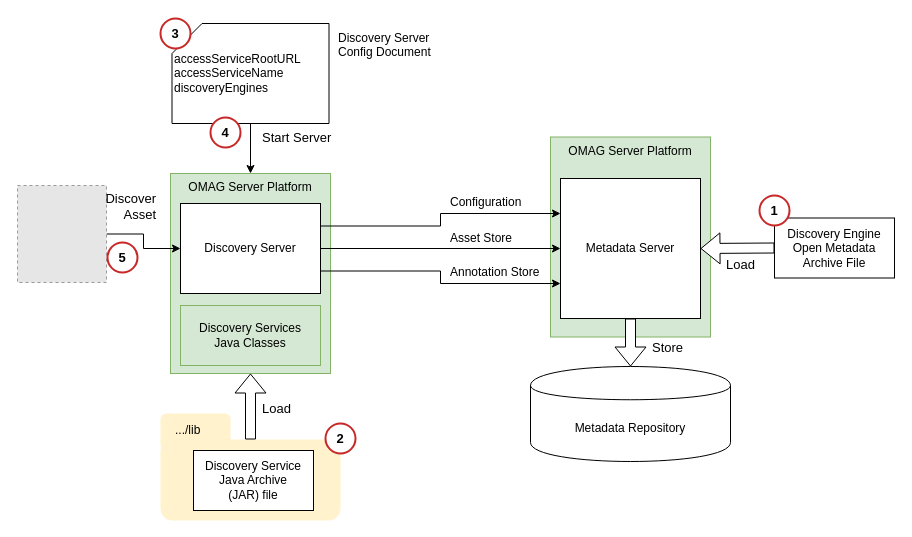
Above: page "discovery-server-configuration" (2 of 4) of open-metadata-implementation/governance-servers/discovery-engine-services/docs/open-discovery.drawio in planetf1/egeria (draw.io), before the change. Source tidied: cells renumbered, new cells numbered last; positions are measured from the earlier drawing's top-left corner, leaving out a move shared by most shapes. Both pictures are drawn from the tidied source at 100%, with x=0, y=0 at pixel (17, 18). Pictures stored in the file or linked from it are replaced by grey dashed boxes.
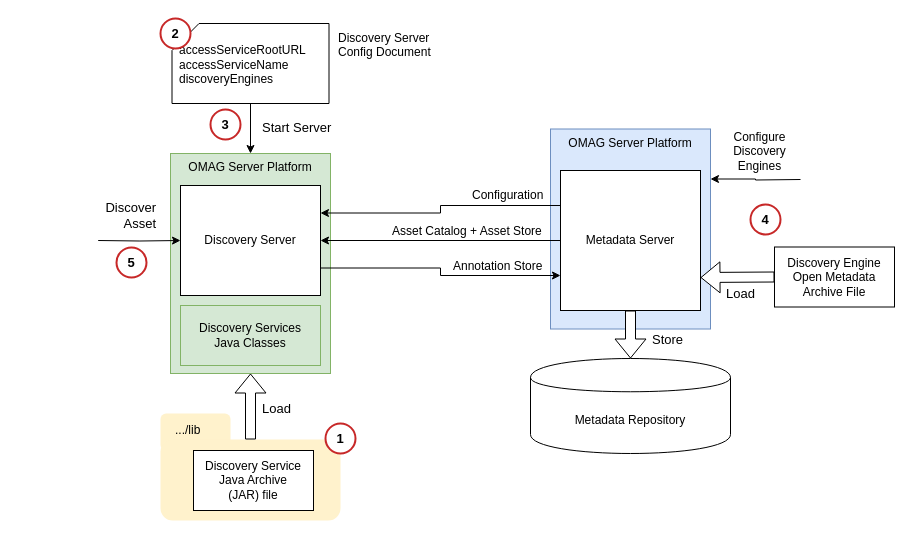
After the change.

Change to the diagram source:
```diff
@@
     <mxCell id="2" value="OMAG Server Platform" style="rounded=0;whiteSpace=wrap;html=1;align=center;verticalAlign=top;fillColor=#d5e8d4;strokeColor=#82b366;" parent="1" vertex="1">
-      <mxGeometry x="153" y="155" width="160" height="200" as="geometry" />
+      <mxGeometry x="153" y="135" width="160" height="220" as="geometry" />
     </mxCell>
@@
     <mxCell id="5" value="Discovery Server" style="rounded=0;whiteSpace=wrap;html=1;align=center;verticalAlign=middle;" parent="1" vertex="1">
-      <mxGeometry x="163" y="185" width="140" height="90" as="geometry" />
+      <mxGeometry x="163" y="167" width="140" height="110" as="geometry" />
     </mxCell>
@@
-    <mxCell id="10" value="OMAG Server Platform" style="rounded=0;whiteSpace=wrap;html=1;align=center;verticalAlign=top;fillColor=#d5e8d4;strokeColor=#82b366;" parent="1" vertex="1">
-      <mxGeometry x="533" y="118.5" width="160" height="200" as="geometry" />
+    <mxCell id="10" value="OMAG Server Platform" style="rounded=0;whiteSpace=wrap;html=1;align=center;verticalAlign=top;fillColor=#dae8fc;strokeColor=#6c8ebf;" parent="1" vertex="1">
+      <mxGeometry x="533" y="110.5" width="160" height="200" as="geometry" />
     </mxCell>
     <mxCell id="11" value="Metadata Server" style="rounded=0;whiteSpace=wrap;html=1;align=center;verticalAlign=middle;" parent="1" vertex="1">
-      <mxGeometry x="543" y="160" width="140" height="140" as="geometry" />
+      <mxGeometry x="543" y="152" width="140" height="140" as="geometry" />
     </mxCell>
     <mxCell id="12" value="Metadata Repository" style="shape=cylinder;whiteSpace=wrap;html=1;boundedLbl=1;backgroundOutline=1;align=center;" parent="1" vertex="1">
-      <mxGeometry x="513" y="348" width="200" height="95" as="geometry" />
+      <mxGeometry x="513" y="340" width="200" height="95" as="geometry" />
     </mxCell>
     <mxCell id="13" value="Discovery Engine Open Metadata&lt;br&gt;Archive File" style="rounded=0;whiteSpace=wrap;html=1;" parent="1" vertex="1">
-      <mxGeometry x="757" y="199.5" width="120" height="60" as="geometry" />
+      <mxGeometry x="757" y="228.5" width="120" height="60" as="geometry" />
     </mxCell>
-    <mxCell id="14" style="edgeStyle=orthogonalEdgeStyle;rounded=0;jettySize=auto;html=1;exitX=0.5;exitY=1;exitDx=0;exitDy=0;exitPerimeter=0;entryX=0.5;entryY=0;entryDx=0;entryDy=0;fillColor=#ffffff;fontSize=13;" parent="1" edge="1" source="15" target="2">
+    <mxCell id="14" style="edgeStyle=orthogonalEdgeStyle;rounded=0;jettySize=auto;html=1;entryX=0.5;entryY=0;entryDx=0;entryDy=0;fillColor=#ffffff;fontSize=13;exitX=0.5;exitY=1;exitDx=0;exitDy=0;exitPerimeter=0;" parent="1" edge="1" source="15" target="2">
       <mxGeometry relative="1" as="geometry" />
     </mxCell>
-    <mxCell id="15" value="accessServiceRootURL&lt;br&gt;accessServiceName&lt;br&gt;discoveryEngines" style="shape=card;whiteSpace=wrap;html=1;align=left;" parent="1" vertex="1">
-      <mxGeometry x="154.5" y="5" width="157" height="100" as="geometry" />
+    <mxCell id="15" value="accessServiceRootURL&lt;br&gt;accessServiceName&lt;br&gt;discoveryEngines&lt;br&gt;&amp;nbsp;" style="shape=card;whiteSpace=wrap;html=1;align=left;verticalAlign=bottom;perimeterSpacing=0;size=27;spacingLeft=5;" parent="1" vertex="1">
+      <mxGeometry x="154.5" y="5" width="157" height="80" as="geometry" />
     </mxCell>
@@
-    <mxCell id="17" style="shape=flexArrow;endArrow=classic;html=1;exitX=0;exitY=0.5;exitDx=0;exitDy=0;entryX=1;entryY=0.5;entryDx=0;entryDy=0;fillColor=#ffffff;" parent="1" edge="1" source="13" target="11">
-      <mxGeometry relative="1" as="geometry" />
+    <mxCell id="17" style="shape=flexArrow;endArrow=classic;html=1;exitX=0;exitY=0.5;exitDx=0;exitDy=0;entryX=1;entryY=0.5;entryDx=0;entryDy=0;fillColor=#ffffff;" parent="1" edge="1" source="13">
+      <mxGeometry relative="1" as="geometry">
+        <mxPoint x="683" y="259" as="targetPoint" />
+      </mxGeometry>
     </mxCell>
@@
-    <mxCell id="19" style="edgeStyle=orthogonalEdgeStyle;rounded=0;jettySize=auto;html=1;exitX=1;exitY=0.25;exitDx=0;exitDy=0;entryX=0;entryY=0.25;entryDx=0;entryDy=0;fillColor=#ffffff;" parent="1" edge="1" source="5" target="11">
+    <mxCell id="19" style="edgeStyle=orthogonalEdgeStyle;rounded=0;jettySize=auto;html=1;exitX=1;exitY=0.25;exitDx=0;exitDy=0;entryX=0;entryY=0.25;entryDx=0;entryDy=0;fillColor=#ffffff;endArrow=none;endFill=0;startArrow=classic;startFill=1;" parent="1" edge="1" source="5" target="11">
       <mxGeometry relative="1" as="geometry" />
     </mxCell>
-    <mxCell id="20" style="edgeStyle=orthogonalEdgeStyle;rounded=0;jettySize=auto;html=1;exitX=1;exitY=0.5;exitDx=0;exitDy=0;entryX=0;entryY=0.5;entryDx=0;entryDy=0;fillColor=#ffffff;" parent="1" edge="1" source="5" target="11">
+    <mxCell id="20" style="edgeStyle=orthogonalEdgeStyle;rounded=0;jettySize=auto;html=1;exitX=1;exitY=0.5;exitDx=0;exitDy=0;entryX=0;entryY=0.5;entryDx=0;entryDy=0;fillColor=#ffffff;startArrow=classic;startFill=1;endArrow=none;endFill=0;" parent="1" edge="1" source="5" target="11">
       <mxGeometry relative="1" as="geometry" />
     </mxCell>
@@
     <mxCell id="22" value="Configuration" style="text;html=1;align=left;verticalAlign=top;spacingTop=-4;" parent="1" vertex="1">
-      <mxGeometry x="431" y="174" width="90" height="20" as="geometry" />
+      <mxGeometry x="453" y="167" width="90" height="20" as="geometry" />
     </mxCell>
-    <mxCell id="23" value="Asset Store" style="text;html=1;align=left;verticalAlign=top;spacingTop=-4;" parent="1" vertex="1">
-      <mxGeometry x="431" y="210" width="80" height="20" as="geometry" />
+    <mxCell id="23" value="Asset Catalog + Asset Store" style="text;html=1;align=left;verticalAlign=top;spacingTop=-4;" parent="1" vertex="1">
+      <mxGeometry x="373" y="202.5" width="170" height="20" as="geometry" />
     </mxCell>
     <mxCell id="24" value="Annotation Store" style="text;html=1;align=left;verticalAlign=top;spacingTop=-4;" parent="1" vertex="1">
-      <mxGeometry x="431" y="244" width="100" height="20" as="geometry" />
+      <mxGeometry x="434" y="238" width="100" height="20" as="geometry" />
     </mxCell>
-    <mxCell id="25" value="1" style="ellipse;whiteSpace=wrap;html=1;align=center;strokeColor=#C72828;strokeWidth=2;fontStyle=1;fontSize=13;" parent="1" vertex="1">
-      <mxGeometry x="742" y="177" width="30" height="30" as="geometry" />
+    <mxCell id="25" value="4" style="ellipse;whiteSpace=wrap;html=1;align=center;strokeColor=#C72828;strokeWidth=2;fontStyle=1;fontSize=13;" parent="1" vertex="1">
+      <mxGeometry x="733" y="186" width="30" height="30" as="geometry" />
     </mxCell>
-    <mxCell id="26" value="2" style="ellipse;whiteSpace=wrap;html=1;align=center;strokeColor=#C72828;strokeWidth=2;fontStyle=1;fontSize=13;" parent="1" vertex="1">
+    <mxCell id="26" value="1" style="ellipse;whiteSpace=wrap;html=1;align=center;strokeColor=#C72828;strokeWidth=2;fontStyle=1;fontSize=13;" parent="1" vertex="1">
       <mxGeometry x="308" y="405" width="30" height="30" as="geometry" />
     </mxCell>
-    <mxCell id="27" value="3" style="ellipse;whiteSpace=wrap;html=1;align=center;strokeColor=#C72828;strokeWidth=2;fontStyle=1;fontSize=13;" parent="1" vertex="1">
+    <mxCell id="27" value="2" style="ellipse;whiteSpace=wrap;html=1;align=center;strokeColor=#C72828;strokeWidth=2;fontStyle=1;fontSize=13;" parent="1" vertex="1">
       <mxGeometry x="143" width="30" height="30" as="geometry" />
     </mxCell>
     <mxCell id="28" value="Load" style="text;html=1;align=left;verticalAlign=top;spacingTop=-4;fontSize=13;" parent="1" vertex="1">
-      <mxGeometry x="707" y="236" width="40" height="20" as="geometry" />
+      <mxGeometry x="707" y="265" width="40" height="20" as="geometry" />
     </mxCell>
     <mxCell id="29" value="Store" style="text;html=1;align=left;verticalAlign=top;spacingTop=-4;fontSize=13;" parent="1" vertex="1">
-      <mxGeometry x="633" y="318.5" width="50" height="20" as="geometry" />
+      <mxGeometry x="633" y="310.5" width="50" height="20" as="geometry" />
     </mxCell>
@@
     <mxCell id="31" value="Start Server" style="text;html=1;align=left;verticalAlign=top;spacingTop=-4;fontSize=13;" parent="1" vertex="1">
-      <mxGeometry x="243" y="109" width="80" height="20" as="geometry" />
+      <mxGeometry x="243" y="99" width="80" height="20" as="geometry" />
     </mxCell>
-    <mxCell id="32" value="4" style="ellipse;whiteSpace=wrap;html=1;align=center;strokeColor=#C72828;strokeWidth=2;fontStyle=1;fontSize=13;" parent="1" vertex="1">
-      <mxGeometry x="193" y="99" width="30" height="30" as="geometry" />
+    <mxCell id="32" value="3" style="ellipse;whiteSpace=wrap;html=1;align=center;strokeColor=#C72828;strokeWidth=2;fontStyle=1;fontSize=13;" parent="1" vertex="1">
+      <mxGeometry x="193" y="91" width="30" height="30" as="geometry" />
     </mxCell>
-    <mxCell id="33" style="edgeStyle=orthogonalEdgeStyle;rounded=0;jettySize=auto;html=1;entryX=0;entryY=0.5;entryDx=0;entryDy=0;fillColor=#ffffff;fontSize=13;" parent="1" edge="1" source="34" target="5">
-      <mxGeometry relative="1" as="geometry" />
+    <mxCell id="33" style="edgeStyle=orthogonalEdgeStyle;rounded=0;jettySize=auto;html=1;entryX=0;entryY=0.5;entryDx=0;entryDy=0;fillColor=#ffffff;fontSize=13;" parent="1" edge="1" target="5">
+      <mxGeometry relative="1" as="geometry">
+        <mxPoint x="80.7" y="222" as="sourcePoint" />
+      </mxGeometry>
     </mxCell>
-    <mxCell id="34" style="fillColor=#E6E6E6;strokeColor=#999999;dashed=1;verticalLabelPosition=bottom;labelBackgroundColor=#ffffff;verticalAlign=top;" parent="1" vertex="1">
-      <mxGeometry y="167" width="89" height="97" as="geometry" />
-    </mxCell>
     <mxCell id="35" value="Discover&lt;br&gt;Asset" style="text;html=1;align=right;verticalAlign=top;spacingTop=-4;fontSize=13;" parent="1" vertex="1">
-      <mxGeometry x="70" y="170" width="70" height="30" as="geometry" />
+      <mxGeometry x="70" y="178.5" width="70" height="30" as="geometry" />
     </mxCell>
     <mxCell id="36" value="5" style="ellipse;whiteSpace=wrap;html=1;align=center;strokeColor=#C72828;strokeWidth=2;fontStyle=1;fontSize=13;" parent="1" vertex="1">
-      <mxGeometry x="90" y="224" width="30" height="30" as="geometry" />
+      <mxGeometry x="99" y="229" width="30" height="30" as="geometry" />
     </mxCell>
+    <mxCell id="37" style="edgeStyle=orthogonalEdgeStyle;rounded=0;jettySize=auto;html=1;entryX=1;entryY=0.25;entryDx=0;entryDy=0;startArrow=none;startFill=0;endArrow=classic;endFill=1;fontColor=#000000;" parent="1" edge="1" target="10">
+      <mxGeometry relative="1" as="geometry">
+        <mxPoint x="783" y="161" as="sourcePoint" />
+      </mxGeometry>
+    </mxCell>
+    <mxCell id="38" value="Configure&lt;br&gt;Discovery&lt;br&gt;Engines" style="text;html=1;align=center;verticalAlign=middle;fontColor=#000000;" parent="1" vertex="1">
+      <mxGeometry x="707" y="107.5" width="70" height="50" as="geometry" />
+    </mxCell>
```
